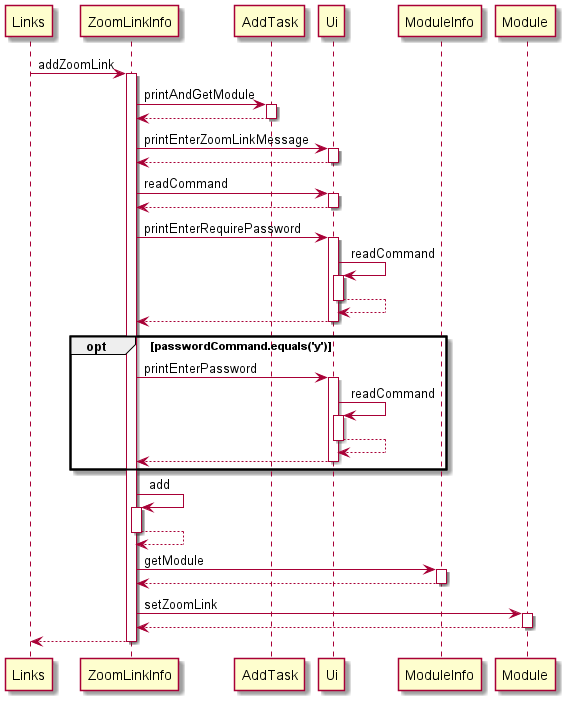
Before: docs/diagrams/addZoomLink.png, a diagram exported from PlantUML (nus-cs2113-AY2021S2/tp).
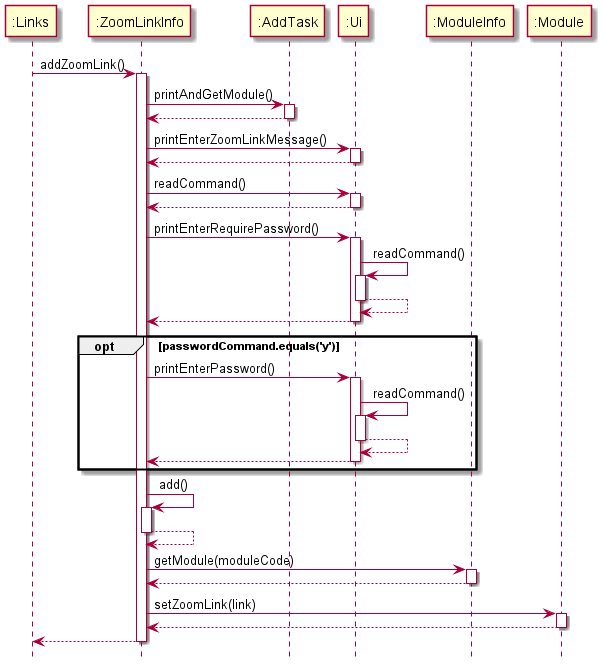
Above is the later version.

The edit, as a diff of the source:
```diff
@@ -1,50 +1,51 @@
 @startuml
-participant Links
-Links -> ZoomLinkInfo : addZoomLink
-activate ZoomLinkInfo
-ZoomLinkInfo -> AddTask : printAndGetModule
-activate AddTask
-AddTask --> ZoomLinkInfo
-deactivate AddTask
-ZoomLinkInfo -> Ui : printEnterZoomLinkMessage
-activate Ui
-Ui --> ZoomLinkInfo
-deactivate Ui
-ZoomLinkInfo -> Ui : readCommand
-activate Ui
-Ui --> ZoomLinkInfo
-deactivate Ui
-ZoomLinkInfo -> Ui : printEnterRequirePassword
-activate Ui
-Ui -> Ui : readCommand
-activate Ui
-Ui --> Ui
-deactivate Ui
-Ui --> ZoomLinkInfo
-deactivate Ui
+hide footbox
+
+":Links" -> ":ZoomLinkInfo" : addZoomLink()
+activate ":ZoomLinkInfo"
+":ZoomLinkInfo" -> ":AddTask" : printAndGetModule()
+activate ":AddTask"
+":AddTask" --> ":ZoomLinkInfo"
+deactivate ":AddTask"
+":ZoomLinkInfo" -> ":Ui" : printEnterZoomLinkMessage()
+activate ":Ui"
+":Ui" --> ":ZoomLinkInfo"
+deactivate ":Ui"
+":ZoomLinkInfo" -> ":Ui" : readCommand()
+activate ":Ui"
+":Ui" --> ":ZoomLinkInfo"
+deactivate ":Ui"
+":ZoomLinkInfo" -> ":Ui" : printEnterRequirePassword()
+activate ":Ui"
+":Ui" -> ":Ui" : readCommand()
+activate ":Ui"
+":Ui" --> ":Ui"
+deactivate ":Ui"
+":Ui" --> ":ZoomLinkInfo"
+deactivate ":Ui"
 
 opt passwordCommand.equals('y')
-ZoomLinkInfo -> Ui : printEnterPassword
-activate Ui
-Ui -> Ui : readCommand
-activate Ui
-Ui --> Ui
-deactivate Ui
-Ui --> ZoomLinkInfo
-deactivate Ui
+":ZoomLinkInfo" -> ":Ui" : printEnterPassword()
+activate ":Ui"
+":Ui" -> ":Ui" : readCommand()
+activate ":Ui"
+":Ui" --> ":Ui"
+deactivate ":Ui"
+":Ui" --> ":ZoomLinkInfo"
+deactivate ":Ui"
 end
 
-ZoomLinkInfo -> ZoomLinkInfo : add
-activate ZoomLinkInfo
-ZoomLinkInfo --> ZoomLinkInfo
-deactivate ZoomLinkInfo
-ZoomLinkInfo -> ModuleInfo : getModule
-activate ModuleInfo
-ModuleInfo --> ZoomLinkInfo
-deactivate ModuleInfo
-ZoomLinkInfo -> Module : setZoomLink
-activate Module
-Module --> ZoomLinkInfo
+":ZoomLinkInfo" -> ":ZoomLinkInfo" : add()
+activate ":ZoomLinkInfo"
+":ZoomLinkInfo" --> ":ZoomLinkInfo"
+deactivate ":ZoomLinkInfo"
+":ZoomLinkInfo" -> ":ModuleInfo" : getModule(moduleCode)
+activate ":ModuleInfo"
+":ModuleInfo" --> ":ZoomLinkInfo"
+deactivate ":ModuleInfo"
+":ZoomLinkInfo" -> ":Module" : setZoomLink(link)
+activate ":Module"
+":Module" --> ":ZoomLinkInfo"
 deactivate
 return
 @enduml
```
